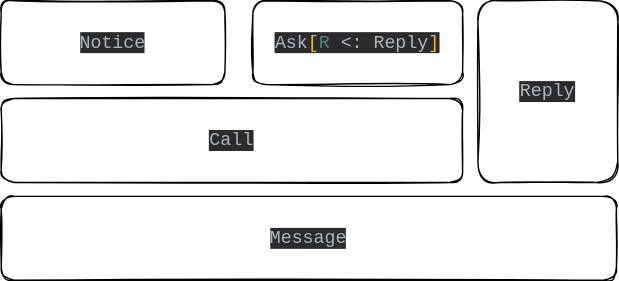
The draw.io diagram docs/_assets/images/message_types.drawio.svg in otavia-projects/otavia, before a commit. Source tidied: cells renumbered, new cells last; positions are measured from the earlier drawing's top-left corner, leaving out a move shared by most shapes.
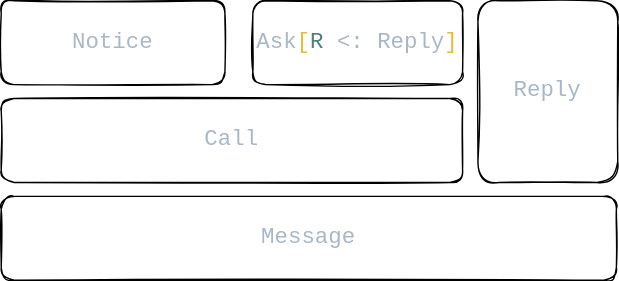
After the change.

The edit, as a diff of the source:
```diff
@@ -2,19 +2,19 @@
   <root>
     <mxCell id="0" />
     <mxCell id="1" parent="0" />
-    <mxCell id="2" value="&lt;div style=&quot;background-color: rgb(43, 43, 43); color: rgb(169, 183, 198); font-family: &amp;quot;JetBrains Mono&amp;quot;, monospace; font-size: 9.8pt;&quot;&gt;Message&lt;/div&gt;" style="rounded=1;whiteSpace=wrap;html=1;sketch=1;" parent="1" vertex="1">
+    <mxCell id="2" value="&lt;div style=&quot;color: rgb(169, 183, 198); font-family: &amp;quot;JetBrains Mono&amp;quot;, monospace;&quot;&gt;&lt;font style=&quot;font-size: 16px;&quot;&gt;Message&lt;/font&gt;&lt;/div&gt;" style="rounded=1;whiteSpace=wrap;html=1;sketch=1;" parent="1" vertex="1">
       <mxGeometry y="140" width="440" height="60" as="geometry" />
     </mxCell>
-    <mxCell id="3" value="&lt;div style=&quot;background-color: rgb(43, 43, 43); color: rgb(169, 183, 198); font-family: &amp;quot;JetBrains Mono&amp;quot;, monospace; font-size: 9.8pt;&quot;&gt;Call&lt;/div&gt;" style="rounded=1;whiteSpace=wrap;html=1;sketch=1;" parent="1" vertex="1">
+    <mxCell id="3" value="&lt;div style=&quot;color: rgb(169, 183, 198); font-family: &amp;quot;JetBrains Mono&amp;quot;, monospace;&quot;&gt;&lt;font style=&quot;font-size: 16px;&quot;&gt;Call&lt;/font&gt;&lt;/div&gt;" style="rounded=1;whiteSpace=wrap;html=1;sketch=1;" parent="1" vertex="1">
       <mxGeometry y="70" width="330" height="60" as="geometry" />
     </mxCell>
-    <mxCell id="4" value="&lt;div style=&quot;background-color: rgb(43, 43, 43); color: rgb(169, 183, 198); font-family: &amp;quot;JetBrains Mono&amp;quot;, monospace; font-size: 9.8pt;&quot;&gt;Notice&lt;/div&gt;" style="rounded=1;whiteSpace=wrap;html=1;sketch=1;" parent="1" vertex="1">
+    <mxCell id="4" value="&lt;div style=&quot;color: rgb(169, 183, 198); font-family: &amp;quot;JetBrains Mono&amp;quot;, monospace;&quot;&gt;&lt;font style=&quot;font-size: 16px;&quot;&gt;Notice&lt;/font&gt;&lt;/div&gt;" style="rounded=1;whiteSpace=wrap;html=1;sketch=1;" parent="1" vertex="1">
       <mxGeometry width="160" height="60" as="geometry" />
     </mxCell>
-    <mxCell id="5" value="&lt;div style=&quot;background-color: rgb(43, 43, 43); color: rgb(169, 183, 198); font-family: &amp;quot;JetBrains Mono&amp;quot;, monospace; font-size: 9.8pt;&quot;&gt;Reply&lt;/div&gt;" style="rounded=1;whiteSpace=wrap;html=1;sketch=1;" parent="1" vertex="1">
+    <mxCell id="5" value="&lt;div style=&quot;color: rgb(169, 183, 198); font-family: &amp;quot;JetBrains Mono&amp;quot;, monospace;&quot;&gt;&lt;font style=&quot;font-size: 16px;&quot;&gt;Reply&lt;/font&gt;&lt;/div&gt;" style="rounded=1;whiteSpace=wrap;html=1;sketch=1;" parent="1" vertex="1">
       <mxGeometry x="341" width="100" height="130" as="geometry" />
     </mxCell>
-    <mxCell id="6" value="&lt;div style=&quot;background-color: rgb(43, 43, 43); color: rgb(169, 183, 198); font-family: &amp;quot;JetBrains Mono&amp;quot;, monospace; font-size: 9.8pt;&quot;&gt;Ask&lt;span style=&quot;color:#e8ba36;&quot;&gt;[&lt;/span&gt;&lt;span style=&quot;color:#4e807d;&quot;&gt;R &lt;/span&gt;&amp;lt;: Reply&lt;span style=&quot;color:#e8ba36;&quot;&gt;]&lt;/span&gt;&lt;/div&gt;" style="rounded=1;whiteSpace=wrap;html=1;sketch=1;" parent="1" vertex="1">
+    <mxCell id="6" value="&lt;div style=&quot;color: rgb(169, 183, 198); font-family: &amp;quot;JetBrains Mono&amp;quot;, monospace; font-size: 16px;&quot;&gt;Ask&lt;span style=&quot;color: rgb(232, 186, 54);&quot;&gt;[&lt;/span&gt;&lt;span style=&quot;color: rgb(78, 128, 125);&quot;&gt;R &lt;/span&gt;&amp;lt;: Reply&lt;span style=&quot;color: rgb(232, 186, 54);&quot;&gt;]&lt;/span&gt;&lt;/div&gt;" style="rounded=1;whiteSpace=wrap;html=1;sketch=1;" parent="1" vertex="1">
       <mxGeometry x="180" width="150" height="60" as="geometry" />
     </mxCell>
   </root>
```
